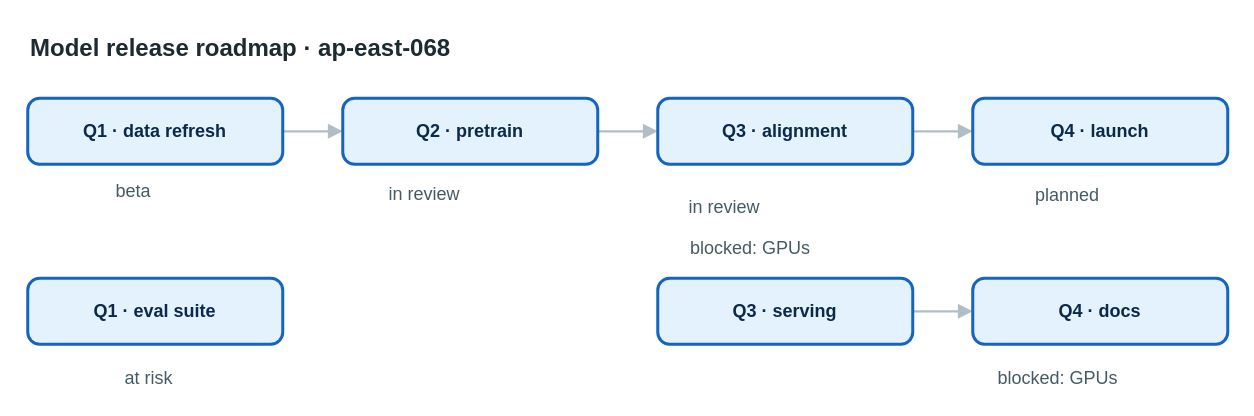
This is apps/web/public/samples/library/068-model-release-roadmap.drawio from AryanG01/open-apprentice, a draw.io file, before an edit. Source tidied: cells renumbered, new cells numbered last; positions are measured from the earlier drawing's top-left corner, leaving out a move shared by most shapes. Both pictures are drawn from the tidied source at 150%, with x=0, y=0 at pixel (27, 26).
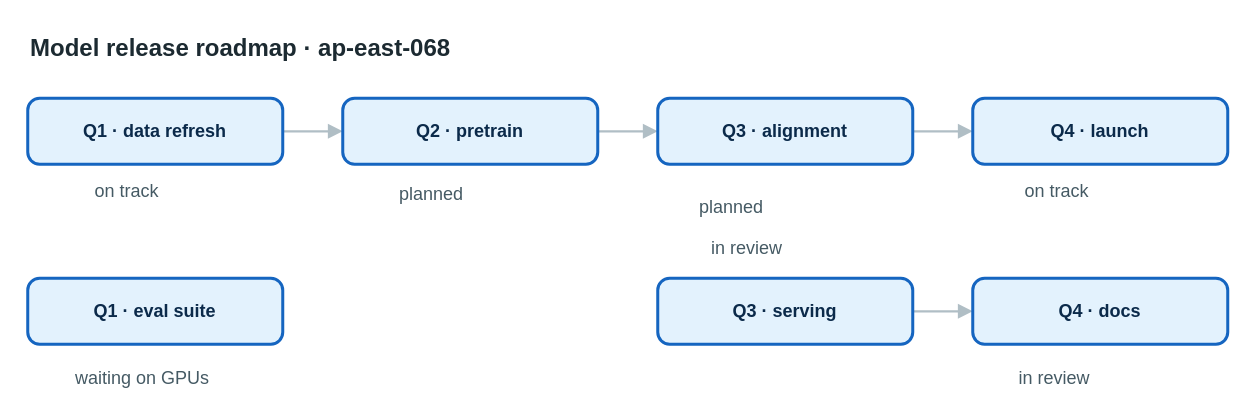
The same diagram, later.

What changed in the source:
```diff
@@
-    <mxCell id="14" value="beta" style="text;html=1;align=left;verticalAlign=top;whiteSpace=nowrap;spacing=0;spacingTop=0;strokeColor=none;fillColor=none;fontSize=12;fontColor=#455a64;" parent="1" vertex="1">
-      <mxGeometry x="59" y="98" width="40" height="20" as="geometry" />
+    <mxCell id="14" value="on track" style="text;html=1;align=left;verticalAlign=top;whiteSpace=nowrap;spacing=0;spacingTop=0;strokeColor=none;fillColor=none;fontSize=12;fontColor=#455a64;" parent="1" vertex="1">
+      <mxGeometry x="45" y="98" width="68" height="20" as="geometry" />
     </mxCell>
-    <mxCell id="15" value="in review" style="text;html=1;align=left;verticalAlign=top;whiteSpace=nowrap;spacing=0;spacingTop=0;strokeColor=none;fillColor=none;fontSize=12;fontColor=#455a64;" parent="1" vertex="1">
-      <mxGeometry x="241" y="100" width="75" height="20" as="geometry" />
+    <mxCell id="15" value="planned" style="text;html=1;align=left;verticalAlign=top;whiteSpace=nowrap;spacing=0;spacingTop=0;strokeColor=none;fillColor=none;fontSize=12;fontColor=#455a64;" parent="1" vertex="1">
+      <mxGeometry x="248" y="100" width="61" height="20" as="geometry" />
     </mxCell>
-    <mxCell id="16" value="in review" style="text;html=1;align=left;verticalAlign=top;whiteSpace=nowrap;spacing=0;spacingTop=0;strokeColor=none;fillColor=none;fontSize=12;fontColor=#455a64;" parent="1" vertex="1">
-      <mxGeometry x="441" y="109" width="75" height="20" as="geometry" />
+    <mxCell id="16" value="planned" style="text;html=1;align=left;verticalAlign=top;whiteSpace=nowrap;spacing=0;spacingTop=0;strokeColor=none;fillColor=none;fontSize=12;fontColor=#455a64;" parent="1" vertex="1">
+      <mxGeometry x="448" y="109" width="61" height="20" as="geometry" />
     </mxCell>
-    <mxCell id="17" value="planned" style="text;html=1;align=left;verticalAlign=top;whiteSpace=nowrap;spacing=0;spacingTop=0;strokeColor=none;fillColor=none;fontSize=12;fontColor=#455a64;" parent="1" vertex="1">
-      <mxGeometry x="672" y="101" width="61" height="20" as="geometry" />
+    <mxCell id="17" value="on track" style="text;html=1;align=left;verticalAlign=top;whiteSpace=nowrap;spacing=0;spacingTop=0;strokeColor=none;fillColor=none;fontSize=12;fontColor=#455a64;" parent="1" vertex="1">
+      <mxGeometry x="665" y="98" width="68" height="20" as="geometry" />
     </mxCell>
-    <mxCell id="18" value="at risk" style="text;html=1;align=left;verticalAlign=top;whiteSpace=nowrap;spacing=0;spacingTop=0;strokeColor=none;fillColor=none;fontSize=12;fontColor=#455a64;" parent="1" vertex="1">
-      <mxGeometry x="65" y="223" width="61" height="20" as="geometry" />
+    <mxCell id="18" value="waiting on GPUs" style="text;html=1;align=left;verticalAlign=top;whiteSpace=nowrap;spacing=0;spacingTop=0;strokeColor=none;fillColor=none;fontSize=12;fontColor=#455a64;" parent="1" vertex="1">
+      <mxGeometry x="32" y="223" width="117" height="20" as="geometry" />
     </mxCell>
-    <mxCell id="19" value="blocked: GPUs" style="text;html=1;align=left;verticalAlign=top;whiteSpace=nowrap;spacing=0;spacingTop=0;strokeColor=none;fillColor=none;fontSize=12;fontColor=#455a64;" parent="1" vertex="1">
-      <mxGeometry x="442" y="136" width="103" height="20" as="geometry" />
+    <mxCell id="19" value="in review" style="text;html=1;align=left;verticalAlign=top;whiteSpace=nowrap;spacing=0;spacingTop=0;strokeColor=none;fillColor=none;fontSize=12;fontColor=#455a64;" parent="1" vertex="1">
+      <mxGeometry x="456" y="136" width="75" height="20" as="geometry" />
     </mxCell>
-    <mxCell id="20" value="blocked: GPUs" style="text;html=1;align=left;verticalAlign=top;whiteSpace=nowrap;spacing=0;spacingTop=0;strokeColor=none;fillColor=none;fontSize=12;fontColor=#455a64;" parent="1" vertex="1">
-      <mxGeometry x="647" y="223" width="103" height="20" as="geometry" />
+    <mxCell id="20" value="in review" style="text;html=1;align=left;verticalAlign=top;whiteSpace=nowrap;spacing=0;spacingTop=0;strokeColor=none;fillColor=none;fontSize=12;fontColor=#455a64;" parent="1" vertex="1">
+      <mxGeometry x="661" y="223" width="75" height="20" as="geometry" />
     </mxCell>
```
